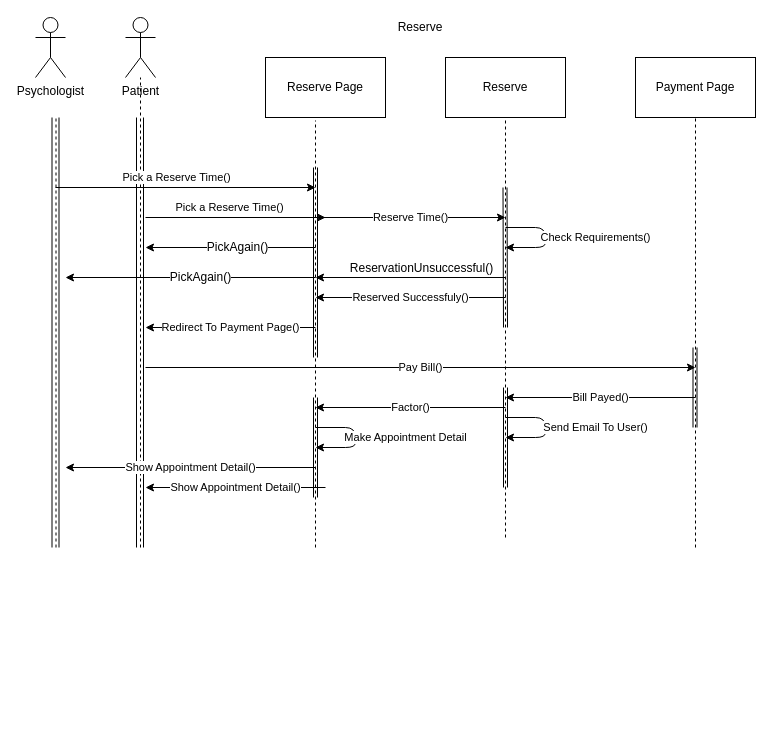
Above: Sequence Diagram/ReserveSD.drawio in mohammadamir98/Sama_sw1 (draw.io), before the change. Source tidied: cells renumbered, new cells numbered last; positions are measured from the earlier drawing's top-left corner, leaving out a move shared by most shapes. Both pictures are drawn from the tidied source at 100%, with x=0, y=0 at pixel (35, 17).
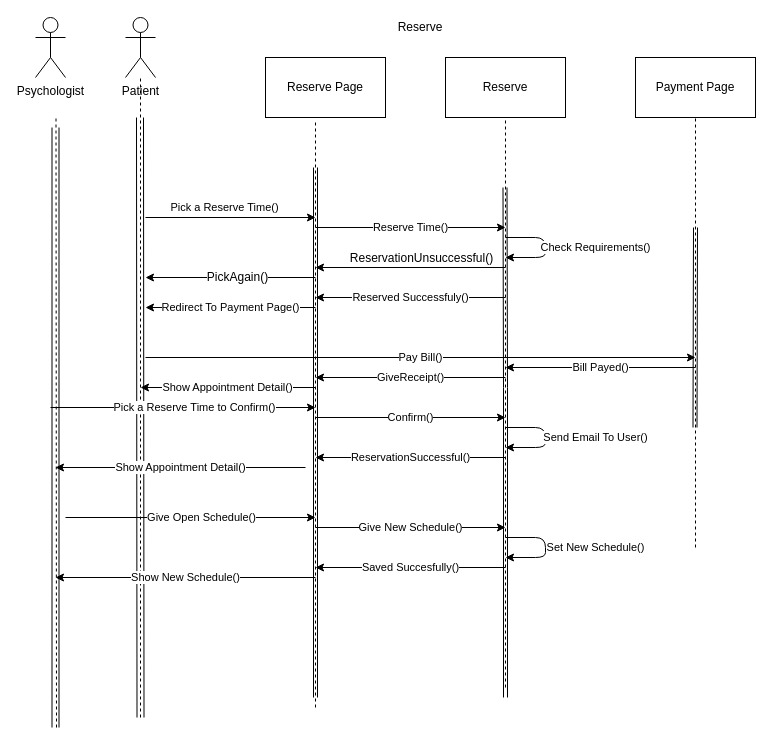
The same page after the edit.

The change refers to these unchanged cells:
```xml
<mxCell id="2" value="Patient" style="shape=umlActor;verticalLabelPosition=bottom;labelBackgroundColor=#ffffff;verticalAlign=top;html=1;outlineConnect=0;" parent="1" vertex="1">
  <mxGeometry x="90" width="30" height="60" as="geometry" />
</mxCell>
<mxCell id="10" value="Reserve" style="rounded=0;whiteSpace=wrap;html=1;" parent="1" vertex="1">
  <mxGeometry x="410" y="40" width="120" height="60" as="geometry" />
</mxCell>
```

Diff of the diagram source:
```diff
@@
     <mxCell id="5" style="endArrow=none;dashed=1;html=1;" parent="1" edge="1" target="2">
       <mxGeometry relative="1" as="geometry">
-        <mxPoint x="105" y="530" as="sourcePoint" />
+        <mxPoint x="105" y="700" as="sourcePoint" />
       </mxGeometry>
     </mxCell>
     <mxCell id="6" style="shape=link;html=1;width=7;" parent="1" edge="1">
       <mxGeometry relative="1" as="geometry">
-        <mxPoint x="104.5" y="530" as="sourcePoint" />
+        <mxPoint x="105" y="700" as="sourcePoint" />
         <mxPoint x="104.5" y="100" as="targetPoint" />
       </mxGeometry>
     </mxCell>
     <mxCell id="7" style="endArrow=none;dashed=1;html=1;" parent="1" edge="1">
       <mxGeometry relative="1" as="geometry">
-        <mxPoint x="280" y="530" as="sourcePoint" />
+        <mxPoint x="280" y="690" as="sourcePoint" />
         <mxPoint x="280" y="103" as="targetPoint" />
       </mxGeometry>
     </mxCell>
-    <mxCell id="8" value="Pick a Reserve Time()" style="endArrow=classic;html=1;" parent="1" edge="1">
-      <mxGeometry x="-0.07" y="10" relative="1" as="geometry">
-        <mxPoint x="20" y="170" as="sourcePoint" />
-        <mxPoint x="280" y="170" as="targetPoint" />
+    <mxCell id="8" value="Pick a Reserve Time to Confirm()" style="endArrow=classic;html=1;" parent="1" edge="1">
+      <mxGeometry x="0.09" relative="1" as="geometry">
+        <mxPoint x="15" y="390" as="sourcePoint" />
+        <mxPoint x="280" y="390" as="targetPoint" />
       </mxGeometry>
     </mxCell>
@@
     <mxCell id="11" style="endArrow=none;dashed=1;html=1;entryX=0.5;entryY=1;entryDx=0;entryDy=0;" parent="1" edge="1" target="10">
       <mxGeometry relative="1" as="geometry">
-        <mxPoint x="470" y="520" as="sourcePoint" />
+        <mxPoint x="470" y="670" as="sourcePoint" />
       </mxGeometry>
     </mxCell>
     <mxCell id="12" style="shape=link;html=1;" parent="1" edge="1">
       <mxGeometry relative="1" as="geometry">
-        <mxPoint x="470" y="310" as="sourcePoint" />
+        <mxPoint x="470" y="370" as="sourcePoint" />
         <mxPoint x="469.5" y="170" as="targetPoint" />
       </mxGeometry>
     </mxCell>
     <mxCell id="13" value="Reserve Time()" style="endArrow=classic;html=1;" parent="1" edge="1">
       <mxGeometry relative="1" as="geometry">
-        <mxPoint x="280" y="200" as="sourcePoint" />
-        <mxPoint x="470" y="200" as="targetPoint" />
+        <mxPoint x="280" y="210" as="sourcePoint" />
+        <mxPoint x="470" y="210" as="targetPoint" />
       </mxGeometry>
     </mxCell>
     <mxCell id="14" value="Check Requirements()" style="endArrow=classic;html=1;" parent="1" edge="1">
       <mxGeometry x="0.2" y="-51" relative="1" as="geometry">
-        <mxPoint x="470" y="210" as="sourcePoint" />
-        <mxPoint x="470" y="230" as="targetPoint" />
+        <mxPoint x="470" y="220" as="sourcePoint" />
+        <mxPoint x="470" y="240" as="targetPoint" />
         <Array as="points">
-          <mxPoint x="510" y="210" />
-          <mxPoint x="510" y="230" />
+          <mxPoint x="510" y="220" />
+          <mxPoint x="510" y="240" />
         </Array>
         <mxPoint x="50" y="41" as="offset" />
       </mxGeometry>
     </mxCell>
@@
     <mxCell id="18" value="&lt;div&gt;Redirect To Payment Page()&lt;/div&gt;" style="endArrow=classic;html=1;" parent="1" edge="1">
       <mxGeometry relative="1" as="geometry">
-        <mxPoint x="280" y="310" as="sourcePoint" />
-        <mxPoint x="110" y="310" as="targetPoint" />
+        <mxPoint x="280" y="290" as="sourcePoint" />
+        <mxPoint x="110" y="290" as="targetPoint" />
       </mxGeometry>
     </mxCell>
     <mxCell id="19" value="Pay Bill()" style="endArrow=classic;html=1;" parent="1" edge="1">
       <mxGeometry relative="1" as="geometry">
-        <mxPoint x="110" y="350" as="sourcePoint" />
-        <mxPoint x="660" y="350" as="targetPoint" />
+        <mxPoint x="110" y="340" as="sourcePoint" />
+        <mxPoint x="660" y="340" as="targetPoint" />
       </mxGeometry>
     </mxCell>
     <mxCell id="20" style="shape=link;html=1;" parent="1" edge="1">
       <mxGeometry relative="1" as="geometry">
         <mxPoint x="659.5" y="410" as="sourcePoint" />
-        <mxPoint x="659.5" y="330" as="targetPoint" />
+        <mxPoint x="660" y="210" as="targetPoint" />
       </mxGeometry>
     </mxCell>
     <mxCell id="21" style="shape=link;html=1;" parent="1" edge="1">
       <mxGeometry relative="1" as="geometry">
-        <mxPoint x="470" y="470" as="sourcePoint" />
+        <mxPoint x="470" y="680" as="sourcePoint" />
         <mxPoint x="470" y="370" as="targetPoint" />
       </mxGeometry>
     </mxCell>
     <mxCell id="22" value="Bill Payed()" style="endArrow=classic;html=1;" parent="1" edge="1">
       <mxGeometry relative="1" as="geometry">
-        <mxPoint x="660" y="380" as="sourcePoint" />
-        <mxPoint x="470" y="380" as="targetPoint" />
+        <mxPoint x="660" y="350" as="sourcePoint" />
+        <mxPoint x="470" y="350" as="targetPoint" />
       </mxGeometry>
     </mxCell>
     <mxCell id="23" style="shape=link;html=1;" parent="1" edge="1">
       <mxGeometry relative="1" as="geometry">
-        <mxPoint x="280" y="480" as="sourcePoint" />
-        <mxPoint x="280" y="380" as="targetPoint" />
+        <mxPoint x="280" y="680" as="sourcePoint" />
+        <mxPoint x="280" y="340" as="targetPoint" />
       </mxGeometry>
     </mxCell>
-    <mxCell id="24" value="Factor()" style="endArrow=classic;html=1;" parent="1" edge="1">
+    <mxCell id="24" value="ReservationSuccessful()" style="endArrow=classic;html=1;" parent="1" edge="1">
       <mxGeometry relative="1" as="geometry">
-        <mxPoint x="470" y="390" as="sourcePoint" />
-        <mxPoint x="280" y="390" as="targetPoint" />
+        <mxPoint x="470" y="440" as="sourcePoint" />
+        <mxPoint x="280" y="440" as="targetPoint" />
       </mxGeometry>
     </mxCell>
-    <mxCell id="25" value="Make Appointment Detail" style="endArrow=classic;html=1;" parent="1" edge="1">
-      <mxGeometry x="0.2" y="-51" relative="1" as="geometry">
-        <mxPoint x="280" y="410" as="sourcePoint" />
-        <mxPoint x="280" y="430" as="targetPoint" />
-        <Array as="points">
-          <mxPoint x="320" y="410" />
-          <mxPoint x="320" y="430" />
-        </Array>
-        <mxPoint x="50" y="41" as="offset" />
-      </mxGeometry>
-    </mxCell>
     <mxCell id="26" value="Show Appointment Detail()" style="endArrow=classic;html=1;" parent="1" edge="1">
       <mxGeometry relative="1" as="geometry">
-        <mxPoint x="280" y="450" as="sourcePoint" />
-        <mxPoint x="30" y="450" as="targetPoint" />
+        <mxPoint x="270" y="450" as="sourcePoint" />
+        <mxPoint x="20" y="450" as="targetPoint" />
       </mxGeometry>
     </mxCell>
     <mxCell id="27" value="Send Email To User()" style="endArrow=classic;html=1;" parent="1" edge="1">
       <mxGeometry x="0.2" y="-51" relative="1" as="geometry">
-        <mxPoint x="470" y="400" as="sourcePoint" />
-        <mxPoint x="470" y="420" as="targetPoint" />
+        <mxPoint x="470" y="410" as="sourcePoint" />
+        <mxPoint x="470" y="430" as="targetPoint" />
         <Array as="points">
-          <mxPoint x="510" y="400" />
-          <mxPoint x="510" y="420" />
+          <mxPoint x="510" y="410" />
+          <mxPoint x="510" y="430" />
         </Array>
         <mxPoint x="50" y="41" as="offset" />
       </mxGeometry>
     </mxCell>
     <mxCell id="28" style="endArrow=classic;html=1;" parent="1" edge="1">
       <mxGeometry relative="1" as="geometry">
-        <mxPoint x="470" y="260" as="sourcePoint" />
-        <mxPoint x="280" y="260" as="targetPoint" />
+        <mxPoint x="470" y="250" as="sourcePoint" />
+        <mxPoint x="280" y="250" as="targetPoint" />
       </mxGeometry>
     </mxCell>
@@
     <mxCell id="30" style="endArrow=classic;html=1;" parent="1" edge="1">
       <mxGeometry relative="1" as="geometry">
         <mxPoint x="280" y="260" as="sourcePoint" />
-        <mxPoint x="30" y="260" as="targetPoint" />
+        <mxPoint x="110" y="260" as="targetPoint" />
       </mxGeometry>
     </mxCell>
@@
     <mxCell id="32" style="endArrow=none;dashed=1;html=1;" parent="1" edge="1">
       <mxGeometry relative="1" as="geometry">
-        <mxPoint x="20.5" y="530" as="sourcePoint" />
+        <mxPoint x="21" y="710" as="sourcePoint" />
         <mxPoint x="20.5" y="100" as="targetPoint" />
       </mxGeometry>
     </mxCell>
     <mxCell id="33" style="shape=link;html=1;width=7;" parent="1" edge="1">
       <mxGeometry relative="1" as="geometry">
-        <mxPoint x="20" y="530" as="sourcePoint" />
-        <mxPoint x="20" y="100" as="targetPoint" />
+        <mxPoint x="20" y="710" as="sourcePoint" />
+        <mxPoint x="20" y="110" as="targetPoint" />
       </mxGeometry>
     </mxCell>
@@
-    <mxCell id="35" style="endArrow=classic;html=1;" parent="1" edge="1">
-      <mxGeometry relative="1" as="geometry">
-        <mxPoint x="280" y="230" as="sourcePoint" />
-        <mxPoint x="110" y="230" as="targetPoint" />
-      </mxGeometry>
-    </mxCell>
-    <mxCell id="36" value="PickAgain()&lt;br&gt;" style="text;html=1;align=center;verticalAlign=middle;labelBackgroundColor=#ffffff;" parent="35" vertex="1">
-      <mxGeometry x="-0.07" y="-1" relative="1" as="geometry" />
-    </mxCell>
     <mxCell id="37" value="Pick a Reserve Time()" style="endArrow=classic;html=1;" parent="1" edge="1">
       <mxGeometry x="-0.07" y="10" relative="1" as="geometry">
         <mxPoint x="110" y="200" as="sourcePoint" />
-        <mxPoint x="290" y="200" as="targetPoint" />
+        <mxPoint x="280" y="200" as="targetPoint" />
       </mxGeometry>
     </mxCell>
     <mxCell id="38" value="Show Appointment Detail()" style="endArrow=classic;html=1;" parent="1" edge="1">
       <mxGeometry relative="1" as="geometry">
-        <mxPoint x="290" y="470" as="sourcePoint" />
-        <mxPoint x="110" y="470" as="targetPoint" />
+        <mxPoint x="280" y="370" as="sourcePoint" />
+        <mxPoint x="105" y="370" as="targetPoint" />
       </mxGeometry>
     </mxCell>
+    <mxCell id="39" value="Confirm()" style="endArrow=classic;html=1;" parent="1" edge="1">
+      <mxGeometry relative="1" as="geometry">
+        <mxPoint x="280" y="400" as="sourcePoint" />
+        <mxPoint x="470" y="400" as="targetPoint" />
+      </mxGeometry>
+    </mxCell>
+    <mxCell id="40" value="GiveReceipt()" style="endArrow=classic;html=1;" parent="1" edge="1">
+      <mxGeometry relative="1" as="geometry">
+        <mxPoint x="470" y="360" as="sourcePoint" />
+        <mxPoint x="280" y="360" as="targetPoint" />
+      </mxGeometry>
+    </mxCell>
+    <mxCell id="41" value="Give Open Schedule()" style="endArrow=classic;html=1;" parent="1" edge="1">
+      <mxGeometry x="0.09" relative="1" as="geometry">
+        <mxPoint x="30" y="500" as="sourcePoint" />
+        <mxPoint x="280" y="500" as="targetPoint" />
+      </mxGeometry>
+    </mxCell>
+    <mxCell id="42" value="Give New Schedule()" style="endArrow=classic;html=1;" parent="1" edge="1">
+      <mxGeometry relative="1" as="geometry">
+        <mxPoint x="280" y="510" as="sourcePoint" />
+        <mxPoint x="470" y="510" as="targetPoint" />
+      </mxGeometry>
+    </mxCell>
+    <mxCell id="43" value="Set New Schedule()" style="endArrow=classic;html=1;" parent="1" edge="1">
+      <mxGeometry x="0.2" y="-51" relative="1" as="geometry">
+        <mxPoint x="470" y="520" as="sourcePoint" />
+        <mxPoint x="470" y="540" as="targetPoint" />
+        <Array as="points">
+          <mxPoint x="510" y="520" />
+          <mxPoint x="510" y="540" />
+        </Array>
+        <mxPoint x="50" y="41" as="offset" />
+      </mxGeometry>
+    </mxCell>
+    <mxCell id="44" value="Saved Succesfully()" style="endArrow=classic;html=1;" parent="1" edge="1">
+      <mxGeometry relative="1" as="geometry">
+        <mxPoint x="470" y="550" as="sourcePoint" />
+        <mxPoint x="280" y="550" as="targetPoint" />
+      </mxGeometry>
+    </mxCell>
+    <mxCell id="45" value="Show New Schedule()" style="endArrow=classic;html=1;" parent="1" edge="1">
+      <mxGeometry relative="1" as="geometry">
+        <mxPoint x="280" y="560" as="sourcePoint" />
+        <mxPoint x="20" y="560" as="targetPoint" />
+      </mxGeometry>
+    </mxCell>
```
